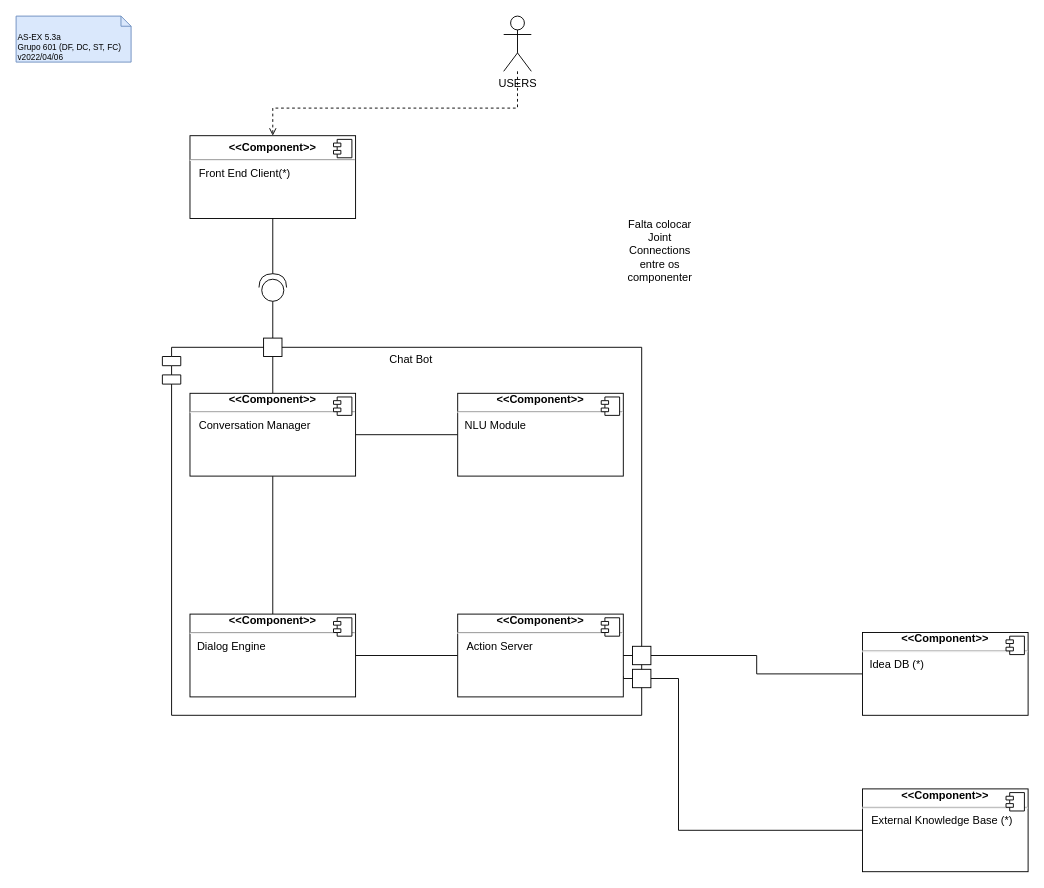
Above: page "5.3a" (2 of 3) of P/P05/P5.drawio in DavidAraujo98/AS (draw.io), before the change. Source tidied: cells renumbered, new cells numbered last; positions are measured from the earlier drawing's top-left corner, leaving out a move shared by most shapes. Both pictures are drawn from the tidied source at 92%, with x=0, y=0 at pixel (16, 16).
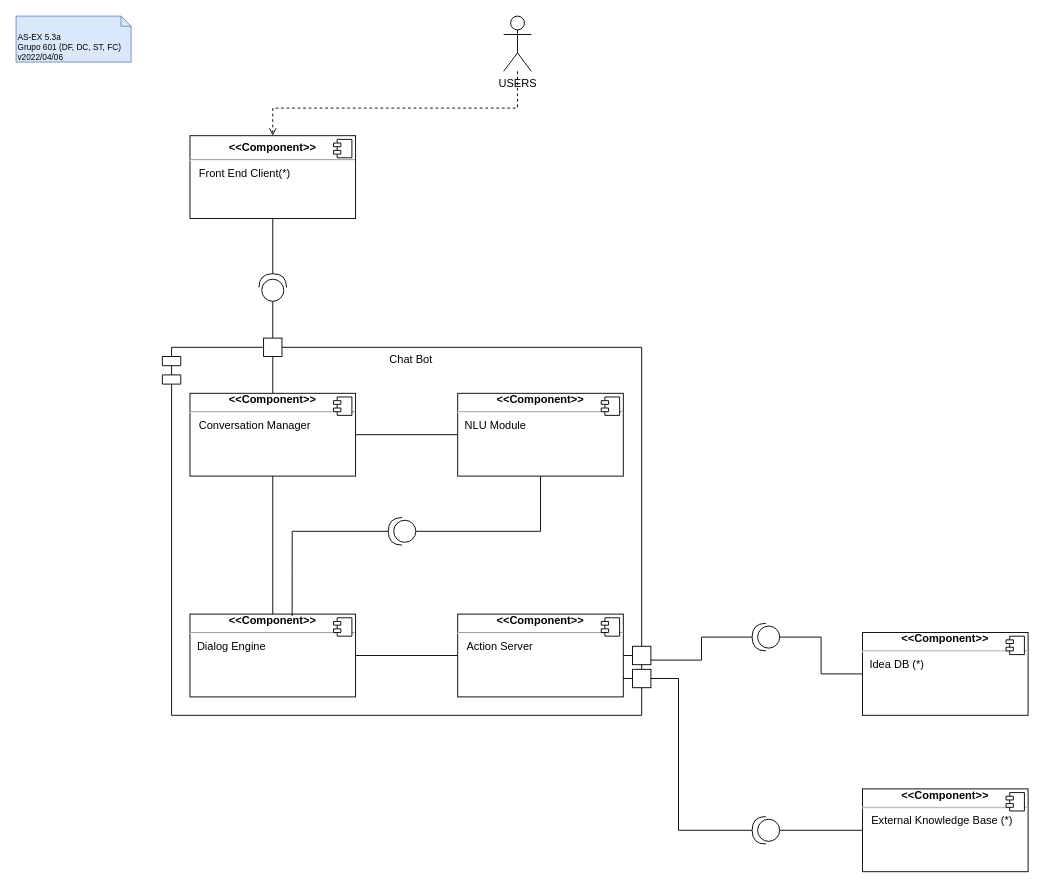
The same page after the edit.

Unchanged cells that the change refers to:
```xml
<mxCell id="11" value="&lt;div style=&quot;text-align: center&quot;&gt;&lt;b&gt;&amp;lt;&amp;lt;Component&amp;gt;&amp;gt;&lt;/b&gt;&lt;/div&gt;&lt;hr style=&quot;text-align: center&quot;&gt;&lt;p style=&quot;margin: 0px ; margin-left: 8px&quot;&gt;&lt;span style=&quot;text-align: center&quot;&gt;NLU Module&lt;/span&gt;&lt;br&gt;&lt;br&gt;&lt;/p&gt;" style="align=left;overflow=fill;html=1;" parent="1" vertex="1">
  <mxGeometry x="480" y="410" width="180" height="90" as="geometry" />
</mxCell>
<mxCell id="14" value="&lt;div style=&quot;text-align: center&quot;&gt;&lt;b&gt;&amp;lt;&amp;lt;Component&amp;gt;&amp;gt;&lt;/b&gt;&lt;/div&gt;&lt;hr style=&quot;text-align: center&quot;&gt;&lt;p style=&quot;margin: 0px ; margin-left: 8px&quot;&gt;&lt;span style=&quot;text-align: center&quot;&gt;Dialog Engine&lt;/span&gt;&lt;br&gt;&lt;br&gt;&lt;/p&gt;" style="align=left;overflow=fill;html=1;" parent="1" vertex="1">
  <mxGeometry x="189" y="650" width="180" height="90" as="geometry" />
</mxCell>
<mxCell id="18" value="&lt;div style=&quot;text-align: center&quot;&gt;&lt;b&gt;&amp;lt;&amp;lt;Component&amp;gt;&amp;gt;&lt;/b&gt;&lt;/div&gt;&lt;hr style=&quot;text-align: center&quot;&gt;&lt;span style=&quot;text-align: center&quot;&gt;&amp;nbsp; &amp;nbsp;Action Server&lt;/span&gt;&lt;p style=&quot;margin: 0px ; margin-left: 8px&quot;&gt;&lt;br&gt;&lt;/p&gt;" style="align=left;overflow=fill;html=1;" parent="1" vertex="1">
  <mxGeometry x="480" y="650" width="180" height="90" as="geometry" />
</mxCell>
<mxCell id="20" value="&lt;div style=&quot;text-align: center&quot;&gt;&lt;b&gt;&amp;lt;&amp;lt;Component&amp;gt;&amp;gt;&lt;/b&gt;&lt;/div&gt;&lt;hr style=&quot;text-align: center&quot;&gt;&lt;p style=&quot;margin: 0px ; margin-left: 8px&quot;&gt;&lt;span style=&quot;text-align: center&quot;&gt;Idea DB (*)&lt;/span&gt;&lt;br&gt;&lt;br&gt;&lt;/p&gt;" style="align=left;overflow=fill;html=1;" parent="1" vertex="1">
  <mxGeometry x="920" y="670" width="180" height="90" as="geometry" />
</mxCell>
<mxCell id="22" value="&lt;div style=&quot;text-align: center&quot;&gt;&lt;b&gt;&amp;lt;&amp;lt;Component&amp;gt;&amp;gt;&lt;/b&gt;&lt;/div&gt;&lt;hr style=&quot;text-align: center&quot;&gt;&lt;p style=&quot;margin: 6px 0px 0px&quot;&gt;&amp;nbsp; &amp;nbsp;External Knowledge&amp;nbsp;&lt;span&gt;Base (*)&lt;/span&gt;&lt;/p&gt;" style="align=left;overflow=fill;html=1;" parent="1" vertex="1">
  <mxGeometry x="920" y="840" width="180" height="90" as="geometry" />
</mxCell>
<mxCell id="30" style="rounded=0;whiteSpace=wrap;html=1;" parent="1" vertex="1">
  <mxGeometry x="670" y="685" width="20" height="20" as="geometry" />
</mxCell>
```

Change to the diagram source:
```diff
@@
+    <mxCell id="34" style="edgeStyle=orthogonalEdgeStyle;rounded=0;jettySize=auto;html=1;exitX=0.5;exitY=1;exitDx=0;exitDy=0;endArrow=none;endFill=0;entryX=0;entryY=0.5;entryDx=0;entryDy=0;entryPerimeter=0;" parent="1" edge="1" source="11" target="40">
+      <mxGeometry relative="1" as="geometry" />
+    </mxCell>
@@
-    <mxCell id="16" style="edgeStyle=orthogonalEdgeStyle;rounded=0;jettySize=auto;html=1;exitX=1;exitY=0.5;exitDx=0;exitDy=0;entryX=0;entryY=0.5;entryDx=0;entryDy=0;endArrow=none;endFill=0;startArrow=none;" parent="1" edge="1" source="30" target="20">
+    <mxCell id="16" style="edgeStyle=orthogonalEdgeStyle;rounded=0;jettySize=auto;html=1;exitX=0;exitY=0.5;exitDx=0;exitDy=0;entryX=0;entryY=0.5;entryDx=0;entryDy=0;endArrow=none;endFill=0;startArrow=none;exitPerimeter=0;" parent="1" edge="1" source="36" target="20">
       <mxGeometry relative="1" as="geometry" />
     </mxCell>
-    <mxCell id="17" style="edgeStyle=orthogonalEdgeStyle;rounded=0;jettySize=auto;html=1;exitX=1;exitY=0.75;exitDx=0;exitDy=0;entryX=0;entryY=0.5;entryDx=0;entryDy=0;endArrow=none;endFill=0;" parent="1" edge="1" source="18" target="22">
+    <mxCell id="17" style="edgeStyle=orthogonalEdgeStyle;rounded=0;jettySize=auto;html=1;exitX=1;exitY=0.75;exitDx=0;exitDy=0;endArrow=none;endFill=0;entryX=1;entryY=0.5;entryDx=0;entryDy=0;entryPerimeter=0;" parent="1" edge="1" source="18" target="38">
       <mxGeometry relative="1" as="geometry">
         <Array as="points">
           <mxPoint x="660" y="720" />
           <mxPoint x="720" y="720" />
           <mxPoint x="720" y="885" />
         </Array>
       </mxGeometry>
     </mxCell>
@@
-    <mxCell id="33" value="Falta colocar Joint Connections entre os componenter" style="text;html=1;strokeColor=none;fillColor=none;align=center;verticalAlign=middle;whiteSpace=wrap;rounded=0;" parent="1" vertex="1">
-      <mxGeometry x="670" y="240" width="60" height="30" as="geometry" />
-    </mxCell>
+    <mxCell id="35" style="edgeStyle=orthogonalEdgeStyle;rounded=0;jettySize=auto;html=1;exitX=1;exitY=0.5;exitDx=0;exitDy=0;exitPerimeter=0;entryX=1;entryY=0.75;entryDx=0;entryDy=0;endArrow=none;endFill=0;" parent="1" edge="1" source="36" target="30">
+      <mxGeometry relative="1" as="geometry" />
+    </mxCell>
+    <mxCell id="36" style="shape=providedRequiredInterface;html=1;verticalLabelPosition=bottom;sketch=0;rotation=-180;" parent="1" vertex="1">
+      <mxGeometry x="800" y="660" width="30" height="30" as="geometry" />
+    </mxCell>
+    <mxCell id="37" style="edgeStyle=orthogonalEdgeStyle;rounded=0;jettySize=auto;html=1;exitX=0;exitY=0.5;exitDx=0;exitDy=0;exitPerimeter=0;entryX=0;entryY=0.5;entryDx=0;entryDy=0;endArrow=none;endFill=0;" parent="1" edge="1" source="38" target="22">
+      <mxGeometry relative="1" as="geometry" />
+    </mxCell>
+    <mxCell id="38" style="shape=providedRequiredInterface;html=1;verticalLabelPosition=bottom;sketch=0;rotation=-180;" parent="1" vertex="1">
+      <mxGeometry x="800" y="870" width="30" height="30" as="geometry" />
+    </mxCell>
+    <mxCell id="39" style="edgeStyle=orthogonalEdgeStyle;rounded=0;jettySize=auto;html=1;exitX=1;exitY=0.5;exitDx=0;exitDy=0;exitPerimeter=0;endArrow=none;endFill=0;entryX=0.617;entryY=0.022;entryDx=0;entryDy=0;entryPerimeter=0;" parent="1" edge="1" source="40" target="14">
+      <mxGeometry relative="1" as="geometry" />
+    </mxCell>
+    <mxCell id="40" style="shape=providedRequiredInterface;html=1;verticalLabelPosition=bottom;sketch=0;rotation=-180;" parent="1" vertex="1">
+      <mxGeometry x="404.5" y="545" width="30" height="30" as="geometry" />
+    </mxCell>
```
